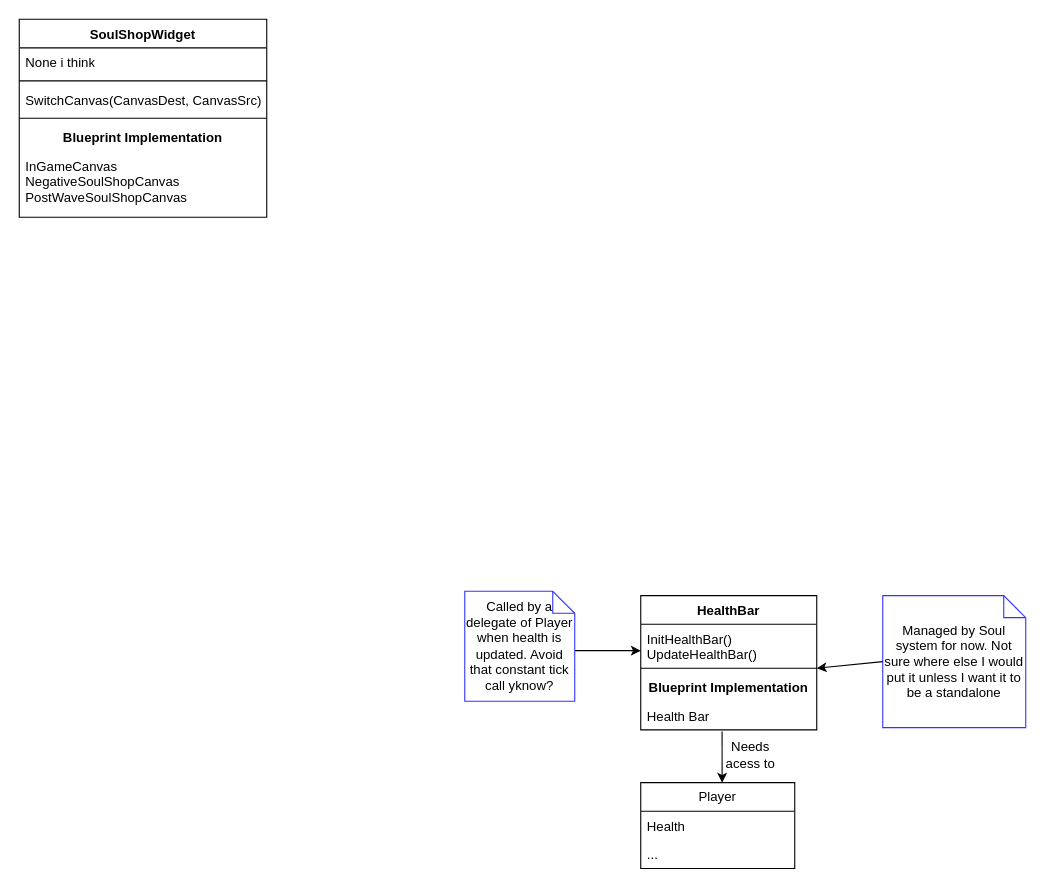
The draw.io diagram page "Post-SoulShopUML" (5 of 5) of Design/SoulSystemDesign.drawio in Edge321/DragonsDefense_v2, before the edit. Source tidied: cells renumbered, new cells numbered last; positions are measured from the earlier drawing's top-left corner, leaving out a move shared by most shapes. Both pictures are drawn from the tidied source at 110%, with x=0, y=0 at pixel (19, 19).
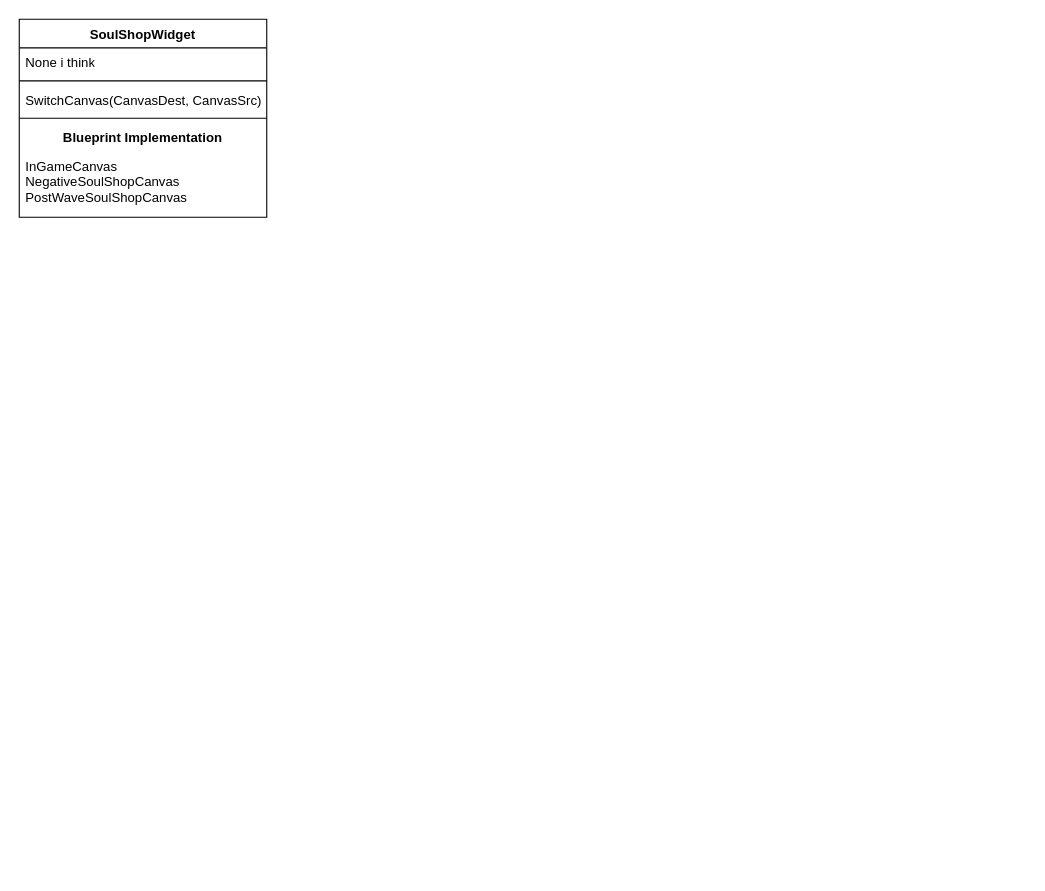
The same page after the edit.

Change to the diagram source:
```diff
@@
-    <mxCell id="9" value="HealthBar" style="swimlane;fontStyle=1;align=center;verticalAlign=top;horizontal=1;startSize=26;whiteSpace=wrap;html=1;" parent="1" vertex="1">
-      <mxGeometry x="565" y="524" width="160" height="122" as="geometry" />
-    </mxCell>
-    <mxCell id="10" value="InitHealthBar()&lt;br&gt;UpdateHealthBar()" style="text;strokeColor=none;fillColor=none;align=left;verticalAlign=top;spacingLeft=4;spacingRight=4;overflow=hidden;whiteSpace=wrap;html=1;" parent="9" vertex="1">
-      <mxGeometry y="26" width="160" height="36" as="geometry" />
-    </mxCell>
-    <mxCell id="11" style="line;strokeWidth=1;fillColor=none;align=left;verticalAlign=middle;spacingTop=-1;spacingLeft=3;spacingRight=3;labelPosition=right;strokeColor=inherit;" parent="9" vertex="1">
-      <mxGeometry y="62" width="160" height="8" as="geometry" />
-    </mxCell>
-    <mxCell id="12" value="&lt;b&gt;Blueprint Implementation&lt;/b&gt;" style="text;strokeColor=none;fillColor=none;align=center;verticalAlign=top;spacingLeft=4;spacingRight=4;overflow=hidden;points=[[0,0.5],[1,0.5]];portConstraint=eastwest;whiteSpace=wrap;html=1;" parent="9" vertex="1">
-      <mxGeometry y="70" width="160" height="26" as="geometry" />
-    </mxCell>
-    <mxCell id="13" value="Health Bar" style="text;strokeColor=none;fillColor=none;align=left;verticalAlign=top;spacingLeft=4;spacingRight=4;overflow=hidden;points=[[0,0.5],[1,0.5]];portConstraint=eastwest;whiteSpace=wrap;html=1;" parent="9" vertex="1">
-      <mxGeometry y="96" width="160" height="26" as="geometry" />
-    </mxCell>
-    <mxCell id="14" value="Managed by Soul system for now. Not sure where else I would put it unless I want it to be a standalone" style="shape=note;size=20;whiteSpace=wrap;html=1;strokeColor=#3333FF;" parent="1" vertex="1">
-      <mxGeometry x="785" y="524" width="130" height="120" as="geometry" />
-    </mxCell>
-    <mxCell id="15" style="endArrow=classic;html=1;rounded=0;exitX=0;exitY=0.5;exitDx=0;exitDy=0;exitPerimeter=0;entryX=1;entryY=-0.154;entryDx=0;entryDy=0;entryPerimeter=0;" parent="1" edge="1" source="14" target="12">
-      <mxGeometry relative="1" as="geometry" />
-    </mxCell>
-    <mxCell id="16" style="endArrow=classic;html=1;rounded=0;exitX=0.462;exitY=1.055;exitDx=0;exitDy=0;exitPerimeter=0;" parent="1" edge="1" source="13">
-      <mxGeometry relative="1" as="geometry">
-        <mxPoint x="639" y="694" as="targetPoint" />
-      </mxGeometry>
-    </mxCell>
-    <mxCell id="17" value="Player" style="swimlane;fontStyle=0;horizontal=1;startSize=26;fillColor=none;whiteSpace=wrap;html=1;" parent="1" vertex="1">
-      <mxGeometry x="565" y="694" width="140" height="78" as="geometry" />
-    </mxCell>
-    <mxCell id="18" value="Health" style="text;strokeColor=none;fillColor=none;align=left;verticalAlign=top;spacingLeft=4;spacingRight=4;overflow=hidden;whiteSpace=wrap;html=1;" parent="17" vertex="1">
-      <mxGeometry y="26" width="140" height="26" as="geometry" />
-    </mxCell>
-    <mxCell id="19" value="..." style="text;strokeColor=none;fillColor=none;align=left;verticalAlign=top;spacingLeft=4;spacingRight=4;overflow=hidden;whiteSpace=wrap;html=1;" parent="17" vertex="1">
-      <mxGeometry y="52" width="140" height="26" as="geometry" />
-    </mxCell>
-    <mxCell id="20" value="Needs acess to" style="text;html=1;strokeColor=none;fillColor=none;align=center;verticalAlign=middle;whiteSpace=wrap;rounded=0;" parent="1" vertex="1">
-      <mxGeometry x="635" y="654" width="60" height="30" as="geometry" />
-    </mxCell>
-    <mxCell id="21" style="endArrow=classic;html=1;rounded=0;" parent="1" edge="1">
-      <mxGeometry relative="1" as="geometry">
-        <mxPoint x="505" y="574" as="sourcePoint" />
-        <mxPoint x="565" y="574" as="targetPoint" />
-      </mxGeometry>
-    </mxCell>
-    <mxCell id="22" value="Called by a delegate of Player when health is updated. Avoid that constant tick call yknow?" style="shape=note;size=20;whiteSpace=wrap;html=1;strokeColor=#3333FF;" parent="1" vertex="1">
-      <mxGeometry x="405" y="520" width="100" height="100" as="geometry" />
-    </mxCell>
```
